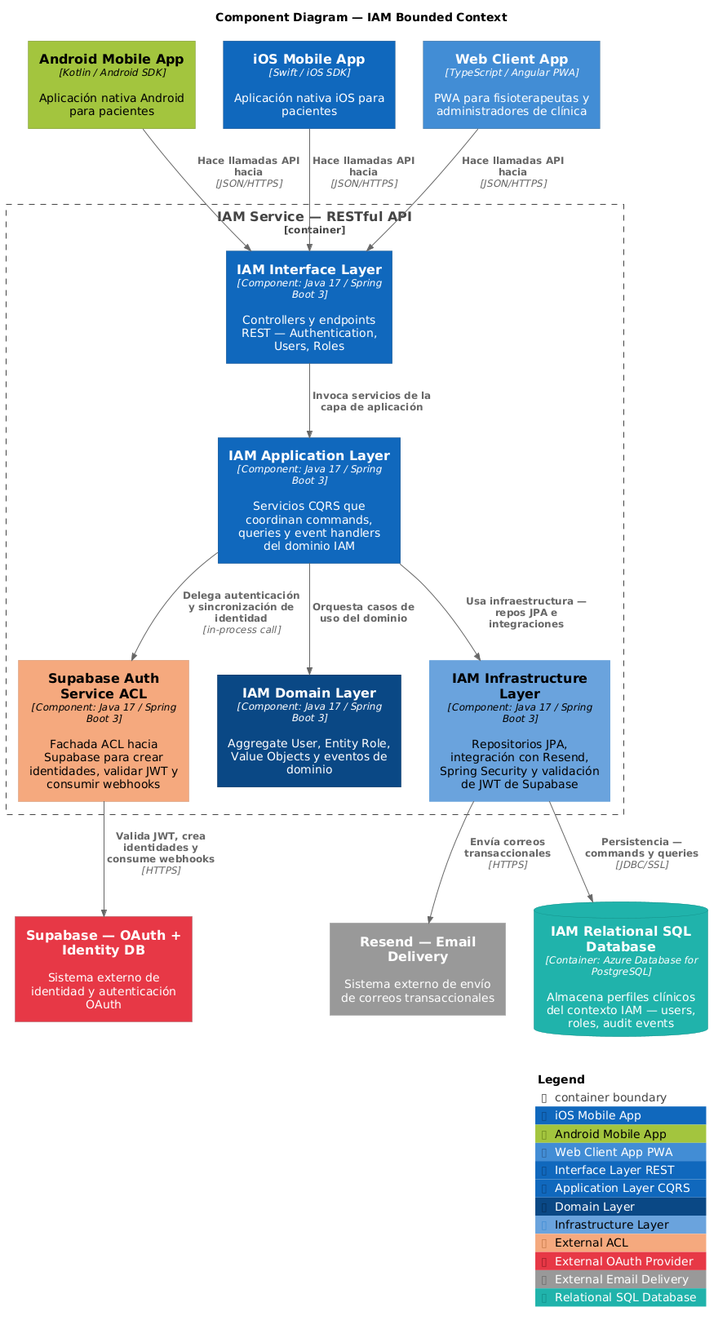
Earlier version of the PlantUML export assets/diagrams/software-architecture/components/out/iam-components-diagram.png (kiniot/uflex-project-report).
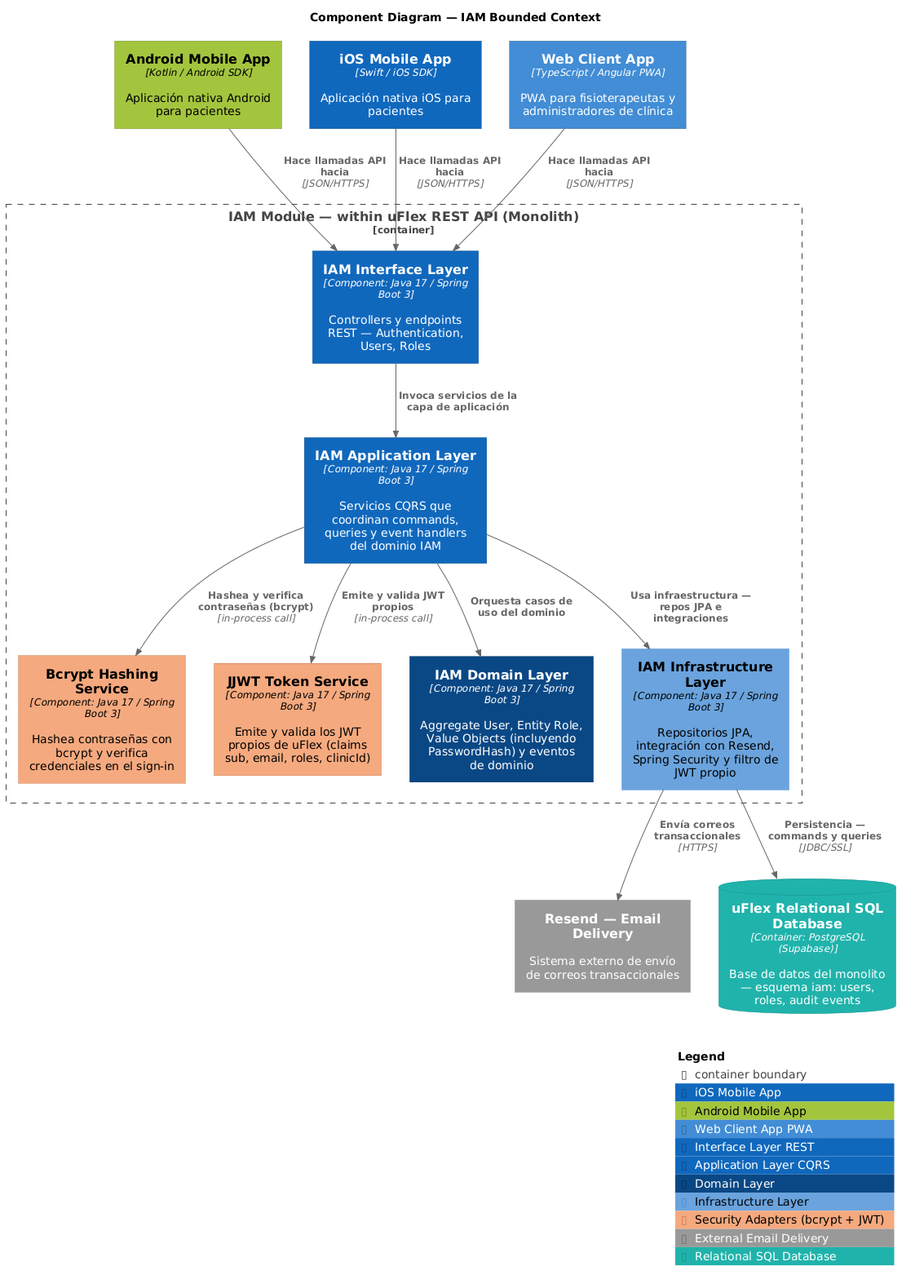
After the change.

Commit message:
docs(chapter-4): replace Supabase Auth with bcrypt + JWT in IAM diagrams

Change to the diagram source:
```diff
@@ -17,9 +17,8 @@
 AddComponentTag("application",    $bgColor="#1168BD", $fontColor="#ffffff", $borderColor="#0B4884", $legendText="Application Layer CQRS")
 AddComponentTag("domain",         $bgColor="#0B4884", $fontColor="#ffffff", $borderColor="#062F5A", $legendText="Domain Layer")
 AddComponentTag("infrastructure", $bgColor="#6BA3DC", $fontColor="#000000", $borderColor="#438DD5", $legendText="Infrastructure Layer")
-AddComponentTag("acl",            $bgColor="#F5A97F", $fontColor="#000000", $borderColor="#C87A4C", $legendText="External ACL")
+AddComponentTag("security",       $bgColor="#F5A97F", $fontColor="#000000", $borderColor="#C87A4C", $legendText="Security Adapters (bcrypt + JWT)")
 
-AddSystemTag("externalAuth", $bgColor="#E63946", $fontColor="#ffffff", $borderColor="#9B1E28", $legendText="External OAuth Provider")
 AddSystemTag("externalMail", $bgColor="#999999", $fontColor="#ffffff", $borderColor="#6B6B6B", $legendText="External Email Delivery")
 AddContainerTag("database",  $bgColor="#20B2AA", $fontColor="#ffffff", $borderColor="#148F89", $legendText="Relational SQL Database")
 
@@ -29,17 +28,17 @@
 Container(iosApp,     "iOS Mobile App",      "Swift / iOS SDK",            "Aplicación nativa iOS para pacientes",     $tags="iosApp")
 Container(webApp,     "Web Client App",      "TypeScript / Angular PWA",   "PWA para fisioterapeutas y administradores de clínica", $tags="webApp")
 
-Container_Boundary(iamService, "IAM Service — RESTful API") {
-  Component(interfaceLayer,      "IAM Interface Layer",        "Component: Java 17 / Spring Boot 3", "Controllers y endpoints REST — Authentication, Users, Roles",                             $tags="interface")
-  Component(applicationLayer,    "IAM Application Layer",      "Component: Java 17 / Spring Boot 3", "Servicios CQRS que coordinan commands, queries y event handlers del dominio IAM",          $tags="application")
-  Component(supabaseAcl,         "Supabase Auth Service ACL",  "Component: Java 17 / Spring Boot 3", "Fachada ACL hacia Supabase para crear identidades, validar JWT y consumir webhooks",       $tags="acl")
-  Component(domainLayer,         "IAM Domain Layer",           "Component: Java 17 / Spring Boot 3", "Aggregate User, Entity Role, Value Objects y eventos de dominio",                          $tags="domain")
-  Component(infrastructureLayer, "IAM Infrastructure Layer",   "Component: Java 17 / Spring Boot 3", "Repositorios JPA, integración con Resend, Spring Security y validación de JWT de Supabase",$tags="infrastructure")
+Container_Boundary(iamService, "IAM Module — within uFlex REST API (Monolith)") {
+  Component(interfaceLayer,      "IAM Interface Layer",       "Component: Java 17 / Spring Boot 3", "Controllers y endpoints REST — Authentication, Users, Roles",                                $tags="interface")
+  Component(applicationLayer,    "IAM Application Layer",     "Component: Java 17 / Spring Boot 3", "Servicios CQRS que coordinan commands, queries y event handlers del dominio IAM",             $tags="application")
+  Component(hashingService,      "Bcrypt Hashing Service",    "Component: Java 17 / Spring Boot 3", "Hashea contraseñas con bcrypt y verifica credenciales en el sign-in",                         $tags="security")
+  Component(tokenService,        "JJWT Token Service",        "Component: Java 17 / Spring Boot 3", "Emite y valida los JWT propios de uFlex (claims sub, email, roles, clinicId)",                $tags="security")
+  Component(domainLayer,         "IAM Domain Layer",          "Component: Java 17 / Spring Boot 3", "Aggregate User, Entity Role, Value Objects (incluyendo PasswordHash) y eventos de dominio",   $tags="domain")
+  Component(infrastructureLayer, "IAM Infrastructure Layer",  "Component: Java 17 / Spring Boot 3", "Repositorios JPA, integración con Resend, Spring Security y filtro de JWT propio",            $tags="infrastructure")
 }
 
-System_Ext(supabase,   "Supabase — OAuth + Identity DB", "Sistema externo de identidad y autenticación OAuth",  $tags="externalAuth")
 System_Ext(resend,     "Resend — Email Delivery",        "Sistema externo de envío de correos transaccionales", $tags="externalMail")
-ContainerDb(iamDB,     "IAM Relational SQL Database",    "Container: Azure Database for PostgreSQL", "Almacena perfiles clínicos del contexto IAM — users, roles, audit events", $tags="database")
+ContainerDb(uflexDB,   "uFlex Relational SQL Database",  "Container: PostgreSQL (Supabase)", "Base de datos del monolito — esquema iam: users, roles, audit events", $tags="database")
 
 Rel(androidApp, interfaceLayer, "Hace llamadas API hacia", "JSON/HTTPS")
 Rel(iosApp,     interfaceLayer, "Hace llamadas API hacia", "JSON/HTTPS")
@@ -47,13 +46,13 @@
 
 Rel(interfaceLayer,   applicationLayer,    "Invoca servicios de la capa de aplicación")
 
-Rel(applicationLayer, supabaseAcl,         "Delega autenticación y sincronización de identidad", "in-process call")
+Rel(applicationLayer, hashingService,      "Hashea y verifica contraseñas (bcrypt)",                "in-process call")
+Rel(applicationLayer, tokenService,        "Emite y valida JWT propios",                            "in-process call")
 Rel(applicationLayer, domainLayer,         "Orquesta casos de uso del dominio")
 Rel(applicationLayer, infrastructureLayer, "Usa infraestructura — repos JPA e integraciones")
 
-Rel(supabaseAcl,         supabase, "Valida JWT, crea identidades y consume webhooks", "HTTPS")
-Rel(infrastructureLayer, resend,   "Envía correos transaccionales",                    "HTTPS")
-Rel(infrastructureLayer, iamDB,    "Persistencia — commands y queries",                "JDBC/SSL")
+Rel(infrastructureLayer, resend,   "Envía correos transaccionales",     "HTTPS")
+Rel(infrastructureLayer, uflexDB,  "Persistencia — commands y queries", "JDBC/SSL")
 
 SHOW_LEGEND()
 @enduml
```
